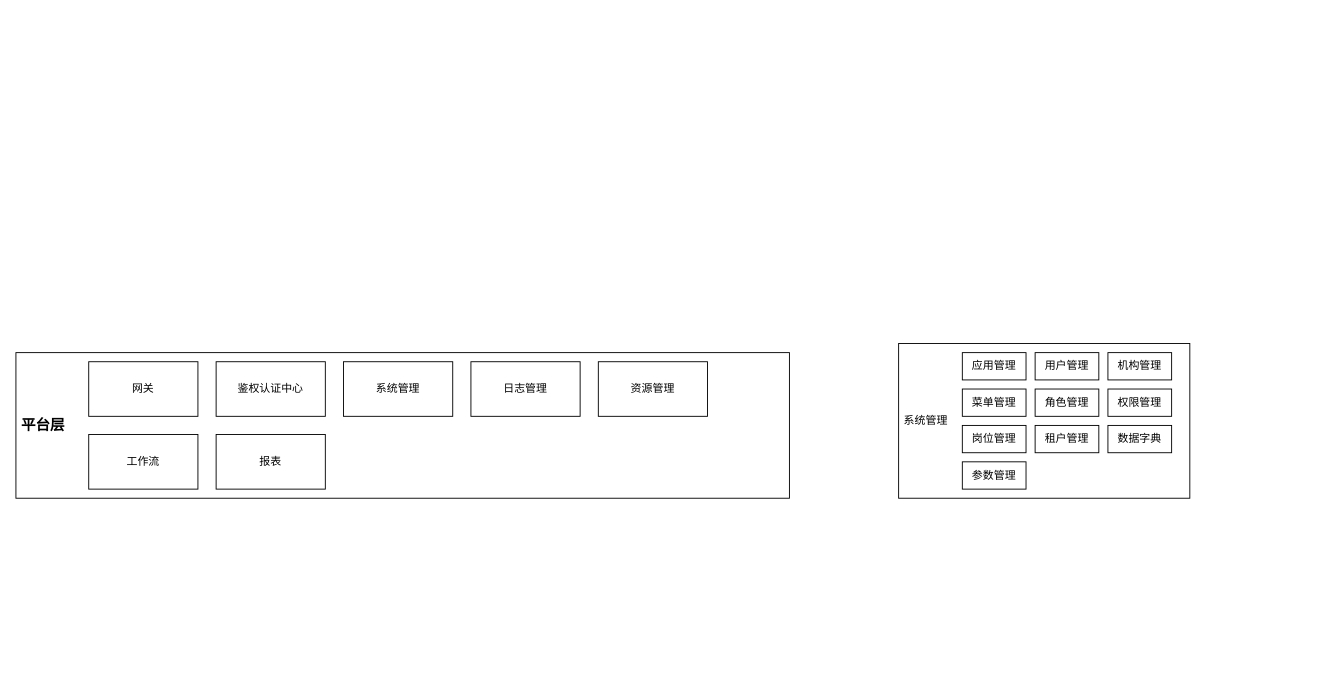
tanhaican/drawio-diagrams keeps this draw.io diagram as 平台一体化.drawio. Above is the earlier version. Source tidied: cells renumbered, new cells numbered last; positions are measured from the earlier drawing's top-left corner, leaving out a move shared by most shapes. Both pictures are drawn from the tidied source at 91%, with x=0, y=0 at pixel (15, 343).
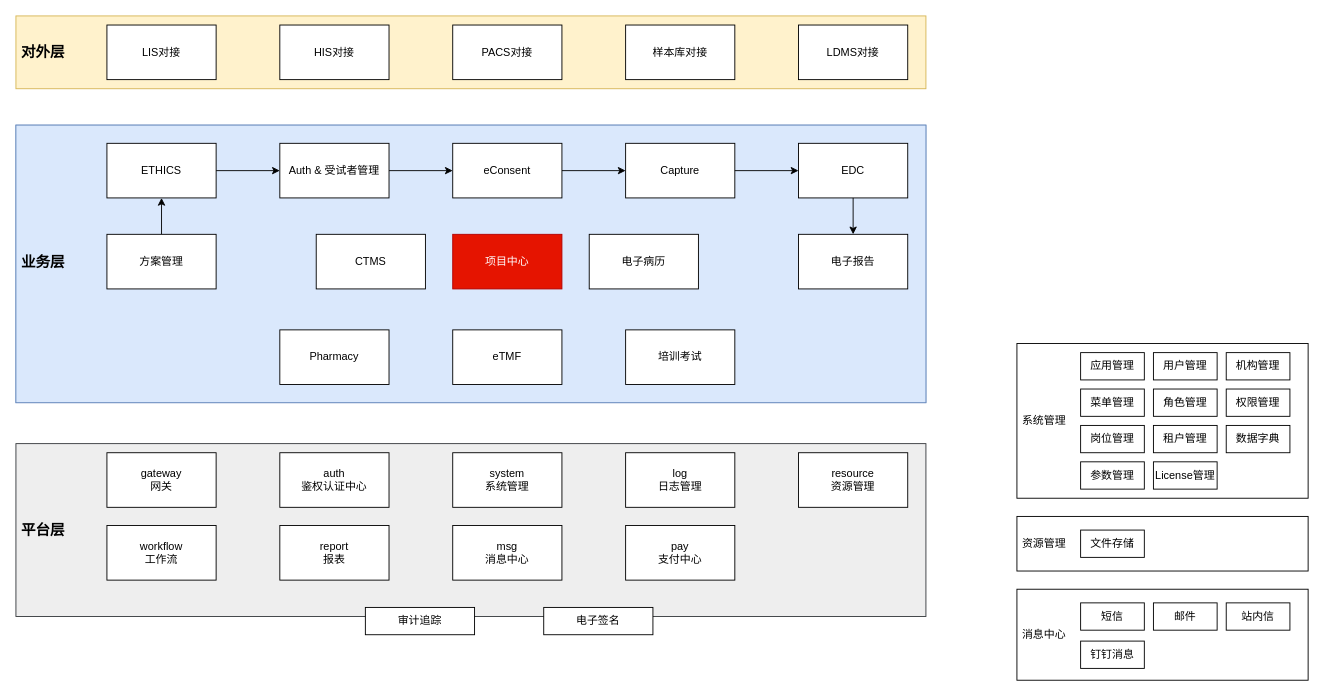
The same page after the edit.

Commit message (it also covers changes not shown here):
更新平台一体化.drawio

Diff of the diagram source:
```diff
@@
-    <mxCell id="2" style="group;" parent="1" vertex="1">
-      <mxGeometry y="10" width="850" height="160" as="geometry" />
-    </mxCell>
-    <mxCell id="3" style="rounded=0;whiteSpace=wrap;html=1;" parent="2" vertex="1">
-      <mxGeometry width="850" height="160" as="geometry" />
-    </mxCell>
-    <mxCell id="4" value="平台层" style="text;html=1;strokeColor=none;fillColor=none;align=center;verticalAlign=middle;whiteSpace=wrap;rounded=0;fontSize=16;fontStyle=1;" parent="2" vertex="1">
-      <mxGeometry y="65" width="60" height="30" as="geometry" />
-    </mxCell>
-    <mxCell id="5" value="网关" style="rounded=0;whiteSpace=wrap;html=1;" parent="2" vertex="1">
-      <mxGeometry x="80" y="10" width="120" height="60" as="geometry" />
-    </mxCell>
-    <mxCell id="6" value="鉴权认证中心" style="rounded=0;whiteSpace=wrap;html=1;" parent="2" vertex="1">
-      <mxGeometry x="220" y="10" width="120" height="60" as="geometry" />
-    </mxCell>
-    <mxCell id="7" value="系统管理&lt;br&gt;" style="rounded=0;whiteSpace=wrap;html=1;" parent="1" vertex="1">
-      <mxGeometry x="360" y="20" width="120" height="60" as="geometry" />
-    </mxCell>
-    <mxCell id="8" value="日志管理" style="rounded=0;whiteSpace=wrap;html=1;" parent="1" vertex="1">
-      <mxGeometry x="500" y="20" width="120" height="60" as="geometry" />
-    </mxCell>
-    <mxCell id="9" value="资源管理" style="rounded=0;whiteSpace=wrap;html=1;" parent="1" vertex="1">
-      <mxGeometry x="640" y="20" width="120" height="60" as="geometry" />
-    </mxCell>
-    <mxCell id="10" value="工作流" style="rounded=0;whiteSpace=wrap;html=1;" parent="1" vertex="1">
-      <mxGeometry x="80" y="100" width="120" height="60" as="geometry" />
-    </mxCell>
-    <mxCell id="11" value="报表" style="rounded=0;whiteSpace=wrap;html=1;" parent="1" vertex="1">
-      <mxGeometry x="220" y="100" width="120" height="60" as="geometry" />
-    </mxCell>
-    <mxCell id="12" style="group;" parent="1" vertex="1">
-      <mxGeometry x="970" width="320" height="170" as="geometry" />
-    </mxCell>
+    <mxCell id="25" style="group;" parent="1" vertex="1">
+      <mxGeometry x="1100" y="190" width="320" height="60" as="geometry" />
+    </mxCell>
+    <mxCell id="26" style="rounded=0;whiteSpace=wrap;html=1;" parent="25" vertex="1">
+      <mxGeometry width="320" height="60" as="geometry" />
+    </mxCell>
+    <mxCell id="27" value="资源管理" style="text;html=1;strokeColor=none;fillColor=none;align=center;verticalAlign=middle;whiteSpace=wrap;rounded=0;" parent="25" vertex="1">
+      <mxGeometry y="24.7" width="60" height="10.6" as="geometry" />
+    </mxCell>
+    <mxCell id="28" value="文件存储" style="rounded=0;whiteSpace=wrap;html=1;" parent="25" vertex="1">
+      <mxGeometry x="70" y="15" width="70" height="30" as="geometry" />
+    </mxCell>
+    <mxCell id="29" style="group;" parent="1" vertex="1">
+      <mxGeometry x="1100" y="270" width="320" height="100" as="geometry" />
+    </mxCell>
+    <mxCell id="30" style="rounded=0;whiteSpace=wrap;html=1;" parent="29" vertex="1">
+      <mxGeometry width="320" height="100" as="geometry" />
+    </mxCell>
+    <mxCell id="31" value="消息中心" style="text;html=1;strokeColor=none;fillColor=none;align=center;verticalAlign=middle;whiteSpace=wrap;rounded=0;" parent="29" vertex="1">
+      <mxGeometry y="44.7" width="60" height="10.6" as="geometry" />
+    </mxCell>
+    <mxCell id="32" value="短信" style="rounded=0;whiteSpace=wrap;html=1;" parent="29" vertex="1">
+      <mxGeometry x="70" y="15" width="70" height="30" as="geometry" />
+    </mxCell>
+    <mxCell id="33" value="邮件" style="rounded=0;whiteSpace=wrap;html=1;" parent="29" vertex="1">
+      <mxGeometry x="150" y="15" width="70" height="30" as="geometry" />
+    </mxCell>
+    <mxCell id="34" value="站内信" style="rounded=0;whiteSpace=wrap;html=1;" parent="29" vertex="1">
+      <mxGeometry x="230" y="15" width="70" height="30" as="geometry" />
+    </mxCell>
+    <mxCell id="35" value="钉钉消息" style="rounded=0;whiteSpace=wrap;html=1;" parent="29" vertex="1">
+      <mxGeometry x="70" y="57" width="70" height="30" as="geometry" />
+    </mxCell>
+    <mxCell id="36" style="group;" parent="1" vertex="1">
+      <mxGeometry x="1100" width="320" height="170" as="geometry" />
+    </mxCell>
-    <mxCell id="13" style="rounded=0;whiteSpace=wrap;html=1;" parent="12" vertex="1">
+    <mxCell id="13" style="rounded=0;whiteSpace=wrap;html=1;" parent="36" vertex="1">
       <mxGeometry width="320" height="170" as="geometry" />
     </mxCell>
-    <mxCell id="14" value="系统管理" style="text;html=1;strokeColor=none;fillColor=none;align=center;verticalAlign=middle;whiteSpace=wrap;rounded=0;" parent="12" vertex="1">
+    <mxCell id="14" value="系统管理" style="text;html=1;strokeColor=none;fillColor=none;align=center;verticalAlign=middle;whiteSpace=wrap;rounded=0;" parent="36" vertex="1">
       <mxGeometry y="70" width="60" height="30" as="geometry" />
     </mxCell>
-    <mxCell id="15" value="应用管理" style="rounded=0;whiteSpace=wrap;html=1;" parent="12" vertex="1">
+    <mxCell id="15" value="应用管理" style="rounded=0;whiteSpace=wrap;html=1;" parent="36" vertex="1">
       <mxGeometry x="70" y="10" width="70" height="30" as="geometry" />
     </mxCell>
-    <mxCell id="16" value="用户管理" style="rounded=0;whiteSpace=wrap;html=1;" parent="12" vertex="1">
+    <mxCell id="16" value="用户管理" style="rounded=0;whiteSpace=wrap;html=1;" parent="36" vertex="1">
       <mxGeometry x="150" y="10" width="70" height="30" as="geometry" />
     </mxCell>
-    <mxCell id="17" value="机构管理" style="rounded=0;whiteSpace=wrap;html=1;" parent="12" vertex="1">
+    <mxCell id="17" value="机构管理" style="rounded=0;whiteSpace=wrap;html=1;" parent="36" vertex="1">
       <mxGeometry x="230" y="10" width="70" height="30" as="geometry" />
     </mxCell>
-    <mxCell id="18" value="租户管理" style="rounded=0;whiteSpace=wrap;html=1;" parent="12" vertex="1">
+    <mxCell id="18" value="租户管理" style="rounded=0;whiteSpace=wrap;html=1;" parent="36" vertex="1">
       <mxGeometry x="150" y="90" width="70" height="30" as="geometry" />
     </mxCell>
-    <mxCell id="19" value="菜单管理" style="rounded=0;whiteSpace=wrap;html=1;" parent="12" vertex="1">
+    <mxCell id="19" value="菜单管理" style="rounded=0;whiteSpace=wrap;html=1;" parent="36" vertex="1">
       <mxGeometry x="70" y="50" width="70" height="30" as="geometry" />
     </mxCell>
-    <mxCell id="20" value="角色管理" style="rounded=0;whiteSpace=wrap;html=1;" parent="12" vertex="1">
+    <mxCell id="20" value="角色管理" style="rounded=0;whiteSpace=wrap;html=1;" parent="36" vertex="1">
       <mxGeometry x="150" y="50" width="70" height="30" as="geometry" />
     </mxCell>
-    <mxCell id="21" value="岗位管理" style="rounded=0;whiteSpace=wrap;html=1;" parent="12" vertex="1">
+    <mxCell id="21" value="岗位管理" style="rounded=0;whiteSpace=wrap;html=1;" parent="36" vertex="1">
       <mxGeometry x="70" y="90" width="70" height="30" as="geometry" />
     </mxCell>
-    <mxCell id="22" value="权限管理" style="rounded=0;whiteSpace=wrap;html=1;" parent="12" vertex="1">
+    <mxCell id="22" value="权限管理" style="rounded=0;whiteSpace=wrap;html=1;" parent="36" vertex="1">
       <mxGeometry x="230" y="50" width="70" height="30" as="geometry" />
     </mxCell>
-    <mxCell id="23" value="数据字典" style="rounded=0;whiteSpace=wrap;html=1;" parent="12" vertex="1">
+    <mxCell id="23" value="数据字典" style="rounded=0;whiteSpace=wrap;html=1;" parent="36" vertex="1">
       <mxGeometry x="230" y="90" width="70" height="30" as="geometry" />
     </mxCell>
-    <mxCell id="24" value="参数管理" style="rounded=0;whiteSpace=wrap;html=1;" parent="12" vertex="1">
+    <mxCell id="24" value="参数管理" style="rounded=0;whiteSpace=wrap;html=1;" parent="36" vertex="1">
       <mxGeometry x="70" y="130" width="70" height="30" as="geometry" />
     </mxCell>
+    <mxCell id="37" value="License管理" style="rounded=0;whiteSpace=wrap;html=1;" parent="36" vertex="1">
+      <mxGeometry x="150" y="130" width="70" height="30" as="geometry" />
+    </mxCell>
+    <mxCell id="38" style="group;" parent="1" vertex="1">
+      <mxGeometry y="-360" width="1000" height="80" as="geometry" />
+    </mxCell>
+    <mxCell id="39" style="rounded=0;whiteSpace=wrap;html=1;fillColor=#fff2cc;strokeColor=#d6b656;" parent="38" vertex="1">
+      <mxGeometry width="1000" height="80" as="geometry" />
+    </mxCell>
+    <mxCell id="40" value="PACS对接" style="rounded=0;whiteSpace=wrap;html=1;" parent="38" vertex="1">
+      <mxGeometry x="480" y="10" width="120" height="60" as="geometry" />
+    </mxCell>
+    <mxCell id="41" value="样本库对接" style="rounded=0;whiteSpace=wrap;html=1;" parent="38" vertex="1">
+      <mxGeometry x="670" y="10" width="120" height="60" as="geometry" />
+    </mxCell>
+    <mxCell id="42" value="LDMS对接" style="rounded=0;whiteSpace=wrap;html=1;" parent="38" vertex="1">
+      <mxGeometry x="860" y="10" width="120" height="60" as="geometry" />
+    </mxCell>
+    <mxCell id="43" value="对外层" style="text;html=1;strokeColor=none;fillColor=none;align=center;verticalAlign=middle;whiteSpace=wrap;rounded=0;fontSize=16;fontStyle=1;" parent="38" vertex="1">
+      <mxGeometry y="25" width="60" height="30" as="geometry" />
+    </mxCell>
+    <mxCell id="44" value="LIS对接" style="rounded=0;whiteSpace=wrap;html=1;" parent="38" vertex="1">
+      <mxGeometry x="100" y="10" width="120" height="60" as="geometry" />
+    </mxCell>
+    <mxCell id="45" value="HIS对接" style="rounded=0;whiteSpace=wrap;html=1;" parent="38" vertex="1">
+      <mxGeometry x="290" y="10" width="120" height="60" as="geometry" />
+    </mxCell>
+    <mxCell id="46" style="group;" parent="1" vertex="1">
+      <mxGeometry y="-240" width="1000" height="305" as="geometry" />
+    </mxCell>
+    <mxCell id="47" style="group;fillColor=#dae8fc;strokeColor=#6c8ebf;" parent="46" vertex="1">
+      <mxGeometry width="1000" height="305" as="geometry" />
+    </mxCell>
+    <mxCell id="48" style="rounded=0;whiteSpace=wrap;html=1;fillColor=#dae8fc;strokeColor=#6c8ebf;" parent="46" vertex="1">
+      <mxGeometry width="1000" height="305" as="geometry" />
+    </mxCell>
+    <mxCell id="49" value="项目中心" style="rounded=0;whiteSpace=wrap;html=1;labelBackgroundColor=none;labelBorderColor=none;fillColor=#e51400;strokeColor=#B20000;fontColor=#ffffff;" parent="46" vertex="1">
+      <mxGeometry x="480" y="120" width="120" height="60" as="geometry" />
+    </mxCell>
+    <mxCell id="50" value="Pharmacy" style="rounded=0;whiteSpace=wrap;html=1;" parent="46" vertex="1">
+      <mxGeometry x="290" y="225" width="120" height="60" as="geometry" />
+    </mxCell>
+    <mxCell id="51" value="Capture" style="rounded=0;whiteSpace=wrap;html=1;" parent="46" vertex="1">
+      <mxGeometry x="670" y="20" width="120" height="60" as="geometry" />
+    </mxCell>
+    <mxCell id="52" value="eTMF" style="rounded=0;whiteSpace=wrap;html=1;" parent="46" vertex="1">
+      <mxGeometry x="480" y="225" width="120" height="60" as="geometry" />
+    </mxCell>
+    <mxCell id="53" style="edgeStyle=orthogonalEdgeStyle;rounded=0;jettySize=auto;html=1;exitX=1;exitY=0.5;exitDx=0;exitDy=0;entryX=0;entryY=0.5;entryDx=0;entryDy=0;" parent="46" edge="1" source="54" target="51">
+      <mxGeometry relative="1" as="geometry" />
+    </mxCell>
+    <mxCell id="54" value="eConsent" style="rounded=0;whiteSpace=wrap;html=1;" parent="46" vertex="1">
+      <mxGeometry x="480" y="20" width="120" height="60" as="geometry" />
+    </mxCell>
+    <mxCell id="55" value="业务层" style="text;html=1;strokeColor=none;fillColor=none;align=center;verticalAlign=middle;whiteSpace=wrap;rounded=0;fontSize=16;fontStyle=1;" parent="46" vertex="1">
+      <mxGeometry y="135" width="60" height="30" as="geometry" />
+    </mxCell>
+    <mxCell id="56" value="ETHICS" style="rounded=0;whiteSpace=wrap;html=1;" parent="46" vertex="1">
+      <mxGeometry x="100" y="20" width="120" height="60" as="geometry" />
+    </mxCell>
+    <mxCell id="57" value="CTMS" style="rounded=0;whiteSpace=wrap;html=1;" parent="46" vertex="1">
+      <mxGeometry x="330" y="120" width="120" height="60" as="geometry" />
+    </mxCell>
+    <mxCell id="58" style="edgeStyle=orthogonalEdgeStyle;rounded=0;jettySize=auto;html=1;exitX=1;exitY=0.5;exitDx=0;exitDy=0;" parent="46" edge="1" source="59" target="54">
+      <mxGeometry relative="1" as="geometry" />
+    </mxCell>
+    <mxCell id="59" value="Auth &amp;amp; 受试者管理" style="rounded=0;whiteSpace=wrap;html=1;" parent="46" vertex="1">
+      <mxGeometry x="290" y="20" width="120" height="60" as="geometry" />
+    </mxCell>
+    <mxCell id="60" style="edgeStyle=orthogonalEdgeStyle;rounded=0;jettySize=auto;html=1;exitX=1;exitY=0.5;exitDx=0;exitDy=0;" parent="46" edge="1" source="56" target="59">
+      <mxGeometry relative="1" as="geometry" />
+    </mxCell>
+    <mxCell id="61" value="培训考试" style="rounded=0;whiteSpace=wrap;html=1;" parent="46" vertex="1">
+      <mxGeometry x="670" y="225" width="120" height="60" as="geometry" />
+    </mxCell>
+    <mxCell id="62" style="edgeStyle=orthogonalEdgeStyle;rounded=0;jettySize=auto;html=1;exitX=0.5;exitY=0;exitDx=0;exitDy=0;entryX=0.5;entryY=1;entryDx=0;entryDy=0;" parent="46" edge="1" source="63" target="56">
+      <mxGeometry relative="1" as="geometry" />
+    </mxCell>
+    <mxCell id="63" value="方案管理" style="rounded=0;whiteSpace=wrap;html=1;" parent="46" vertex="1">
+      <mxGeometry x="100" y="120" width="120" height="60" as="geometry" />
+    </mxCell>
+    <mxCell id="64" value="电子病历" style="rounded=0;whiteSpace=wrap;html=1;" parent="46" vertex="1">
+      <mxGeometry x="630" y="120" width="120" height="60" as="geometry" />
+    </mxCell>
+    <mxCell id="65" value="EDC" style="rounded=0;whiteSpace=wrap;html=1;" parent="46" vertex="1">
+      <mxGeometry x="860" y="20" width="120" height="60" as="geometry" />
+    </mxCell>
+    <mxCell id="66" style="edgeStyle=orthogonalEdgeStyle;rounded=0;jettySize=auto;html=1;exitX=1;exitY=0.5;exitDx=0;exitDy=0;entryX=0;entryY=0.5;entryDx=0;entryDy=0;" parent="46" edge="1" source="51" target="65">
+      <mxGeometry relative="1" as="geometry" />
+    </mxCell>
+    <mxCell id="67" value="电子报告" style="rounded=0;whiteSpace=wrap;html=1;" parent="46" vertex="1">
+      <mxGeometry x="860" y="120" width="120" height="60" as="geometry" />
+    </mxCell>
+    <mxCell id="68" style="edgeStyle=orthogonalEdgeStyle;rounded=0;jettySize=auto;html=1;exitX=0.5;exitY=1;exitDx=0;exitDy=0;entryX=0.5;entryY=0;entryDx=0;entryDy=0;" parent="46" edge="1" source="65" target="67">
+      <mxGeometry relative="1" as="geometry" />
+    </mxCell>
+    <mxCell id="69" style="group;" parent="1" vertex="1">
+      <mxGeometry y="110" width="1000" height="210" as="geometry" />
+    </mxCell>
+    <mxCell id="3" style="rounded=0;whiteSpace=wrap;html=1;fillColor=#eeeeee;strokeColor=#36393d;" parent="69" vertex="1">
+      <mxGeometry width="1000" height="190" as="geometry" />
+    </mxCell>
+    <mxCell id="7" value="system&lt;br&gt;系统管理" style="rounded=0;whiteSpace=wrap;html=1;" parent="69" vertex="1">
+      <mxGeometry x="480" y="10" width="120" height="60" as="geometry" />
+    </mxCell>
+    <mxCell id="8" value="log&lt;br&gt;日志管理" style="rounded=0;whiteSpace=wrap;html=1;" parent="69" vertex="1">
+      <mxGeometry x="670" y="10" width="120" height="60" as="geometry" />
+    </mxCell>
+    <mxCell id="9" value="resource&lt;br&gt;资源管理" style="rounded=0;whiteSpace=wrap;html=1;" parent="69" vertex="1">
+      <mxGeometry x="860" y="10" width="120" height="60" as="geometry" />
+    </mxCell>
+    <mxCell id="10" value="workflow&lt;br&gt;工作流" style="rounded=0;whiteSpace=wrap;html=1;" parent="69" vertex="1">
+      <mxGeometry x="100" y="90" width="120" height="60" as="geometry" />
+    </mxCell>
+    <mxCell id="11" value="report&lt;br&gt;报表" style="rounded=0;whiteSpace=wrap;html=1;" parent="69" vertex="1">
+      <mxGeometry x="290" y="90" width="120" height="60" as="geometry" />
+    </mxCell>
+    <mxCell id="4" value="平台层" style="text;html=1;strokeColor=none;fillColor=none;align=center;verticalAlign=middle;whiteSpace=wrap;rounded=0;fontSize=16;fontStyle=1;" parent="69" vertex="1">
+      <mxGeometry y="80" width="60" height="30" as="geometry" />
+    </mxCell>
+    <mxCell id="5" value="gateway&lt;br&gt;网关" style="rounded=0;whiteSpace=wrap;html=1;" parent="69" vertex="1">
+      <mxGeometry x="100" y="10" width="120" height="60" as="geometry" />
+    </mxCell>
+    <mxCell id="6" value="auth&lt;br&gt;鉴权认证中心" style="rounded=0;whiteSpace=wrap;html=1;" parent="69" vertex="1">
+      <mxGeometry x="290" y="10" width="120" height="60" as="geometry" />
+    </mxCell>
+    <mxCell id="70" value="msg&lt;br&gt;消息中心" style="rounded=0;whiteSpace=wrap;html=1;" parent="69" vertex="1">
+      <mxGeometry x="480" y="90" width="120" height="60" as="geometry" />
+    </mxCell>
+    <mxCell id="71" value="审计追踪" style="rounded=0;whiteSpace=wrap;html=1;" parent="69" vertex="1">
+      <mxGeometry x="384" y="180" width="120" height="30" as="geometry" />
+    </mxCell>
+    <mxCell id="72" value="电子签名" style="rounded=0;whiteSpace=wrap;html=1;" parent="69" vertex="1">
+      <mxGeometry x="580" y="180" width="120" height="30" as="geometry" />
+    </mxCell>
+    <mxCell id="73" value="pay&lt;br&gt;支付中心" style="rounded=0;whiteSpace=wrap;html=1;" parent="69" vertex="1">
+      <mxGeometry x="670" y="90" width="120" height="60" as="geometry" />
+    </mxCell>
```
